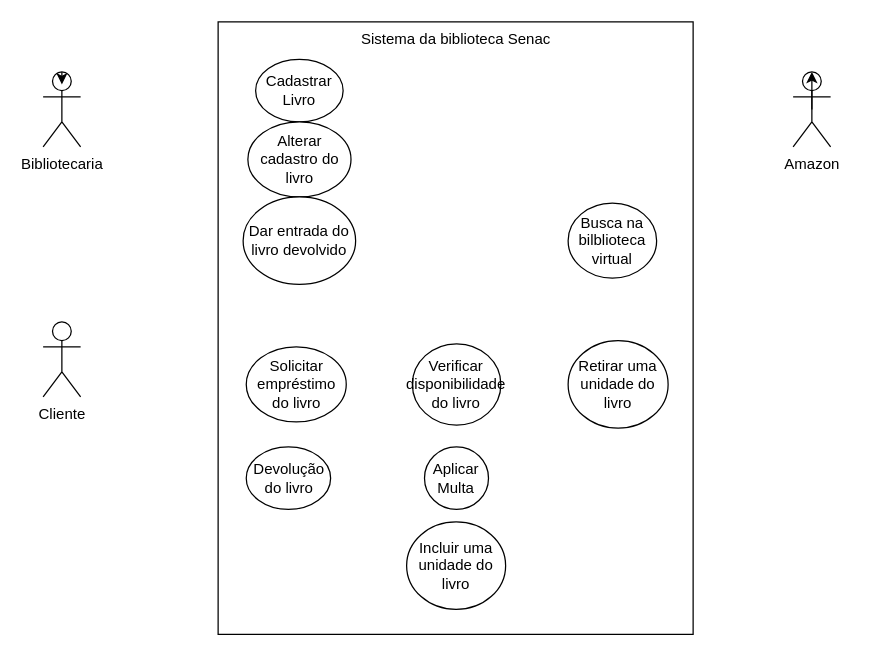
Earlier version of the draw.io diagram Diagrama de caso de uso biblioteca senac.drawio (GuilhermePeritto/PobrezaZero). Source tidied: cells renumbered, new cells numbered last; positions are measured from the earlier drawing's top-left corner, leaving out a move shared by most shapes. Both pictures are drawn from the tidied source at 125%, with x=0, y=0 at pixel (42, 21).
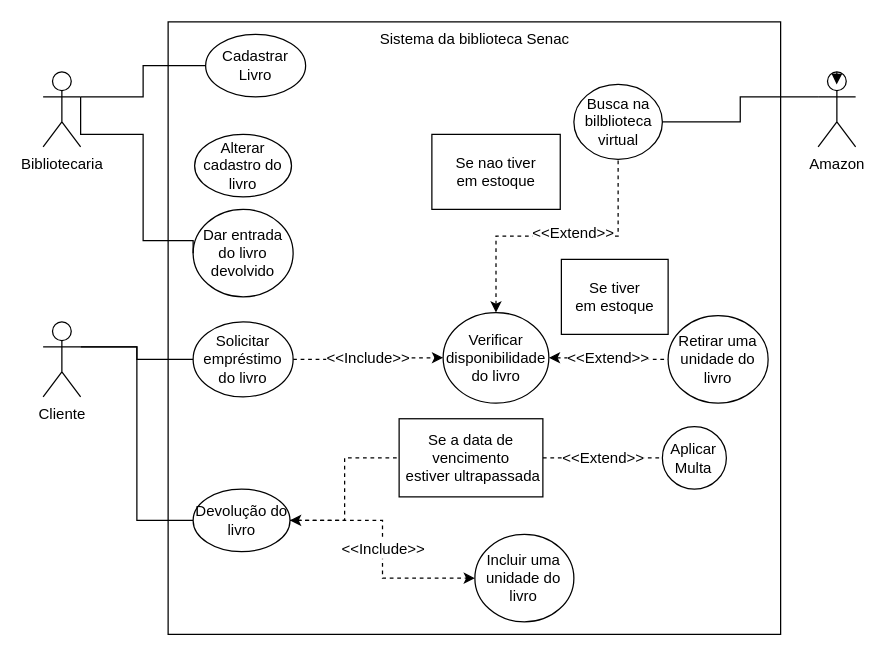
The same page after the edit.

Unchanged cells that the change refers to:
```xml
<mxCell id="3" value="Cliente" style="shape=umlActor;verticalLabelPosition=bottom;verticalAlign=top;html=1;outlineConnect=0;strokeColor=default;fontFamily=Helvetica;fontSize=12;fontColor=default;fillColor=default;" parent="1" vertex="1">
  <mxGeometry y="240" width="30" height="60" as="geometry" />
</mxCell>
```

The edit, as a diff of the source:
```diff
@@
-    <mxCell id="2" value="Bibliotecaria&lt;br&gt;" style="shape=umlActor;verticalLabelPosition=bottom;verticalAlign=top;html=1;outlineConnect=0;strokeColor=default;fontFamily=Helvetica;fontSize=12;fontColor=default;fillColor=default;" parent="1" vertex="1">
-      <mxGeometry y="40" width="30" height="60" as="geometry" />
-    </mxCell>
+    <mxCell id="7" value="Sistema da biblioteca Senac" style="html=1;strokeColor=default;fontFamily=Helvetica;fontSize=12;fontColor=default;fillColor=default;verticalAlign=top;" parent="1" vertex="1">
+      <mxGeometry x="100" width="490" height="490" as="geometry" />
+    </mxCell>
+    <mxCell id="18" style="edgeStyle=orthogonalEdgeStyle;rounded=0;jettySize=auto;html=1;exitX=1;exitY=0.3333333333333333;exitDx=0;exitDy=0;exitPerimeter=0;fontFamily=Helvetica;fontSize=12;fontColor=default;endArrow=none;endFill=0;" parent="1" edge="1" source="3" target="9">
+      <mxGeometry relative="1" as="geometry" />
+    </mxCell>
+    <mxCell id="19" style="edgeStyle=orthogonalEdgeStyle;rounded=0;jettySize=auto;html=1;exitX=1;exitY=0.3333333333333333;exitDx=0;exitDy=0;exitPerimeter=0;entryX=0;entryY=0.5;entryDx=0;entryDy=0;fontFamily=Helvetica;fontSize=12;fontColor=default;endArrow=none;endFill=0;" parent="1" edge="1" source="3" target="11">
+      <mxGeometry relative="1" as="geometry" />
+    </mxCell>
@@
+    <mxCell id="20" style="edgeStyle=orthogonalEdgeStyle;rounded=0;jettySize=auto;html=1;exitX=0;exitY=0.3333333333333333;exitDx=0;exitDy=0;exitPerimeter=0;fontFamily=Helvetica;fontSize=12;fontColor=default;startArrow=none;startFill=0;endArrow=none;endFill=0;" parent="1" edge="1" source="4" target="16">
+      <mxGeometry relative="1" as="geometry" />
+    </mxCell>
     <mxCell id="4" value="Amazon" style="shape=umlActor;verticalLabelPosition=bottom;verticalAlign=top;html=1;outlineConnect=0;strokeColor=default;fontFamily=Helvetica;fontSize=12;fontColor=default;fillColor=default;" parent="1" vertex="1">
-      <mxGeometry x="600" y="40" width="30" height="60" as="geometry" />
+      <mxGeometry x="620" y="40" width="30" height="60" as="geometry" />
     </mxCell>
-    <mxCell id="5" style="edgeStyle=orthogonalEdgeStyle;rounded=0;orthogonalLoop=1;jettySize=auto;html=1;exitX=0.5;exitY=0.5;exitDx=0;exitDy=0;exitPerimeter=0;fontFamily=Helvetica;fontSize=12;fontColor=default;entryX=0.5;entryY=0;entryDx=0;entryDy=0;entryPerimeter=0;" parent="1" edge="1" source="4" target="4">
-      <mxGeometry relative="1" as="geometry" />
-    </mxCell>
@@
-    <mxCell id="7" value="Sistema da biblioteca Senac" style="html=1;strokeColor=default;fontFamily=Helvetica;fontSize=12;fontColor=default;fillColor=default;verticalAlign=top;" parent="1" vertex="1">
-      <mxGeometry x="140" width="380" height="490" as="geometry" />
-    </mxCell>
     <mxCell id="8" value="Cadastrar Livro" style="ellipse;whiteSpace=wrap;html=1;strokeColor=default;fontFamily=Helvetica;fontSize=12;fontColor=default;fillColor=default;" parent="1" vertex="1">
-      <mxGeometry x="170" y="30" width="70" height="50" as="geometry" />
+      <mxGeometry x="130" y="10" width="80" height="50" as="geometry" />
     </mxCell>
+    <mxCell id="21" value="&amp;lt;&amp;lt;Include&amp;gt;&amp;gt;" style="edgeStyle=orthogonalEdgeStyle;rounded=0;jettySize=auto;html=1;exitX=1;exitY=0.5;exitDx=0;exitDy=0;entryX=0;entryY=0.5;entryDx=0;entryDy=0;fontFamily=Helvetica;fontSize=12;fontColor=default;endArrow=classic;endFill=1;dashed=1;" parent="1" edge="1" source="9" target="14">
+      <mxGeometry relative="1" as="geometry" />
+    </mxCell>
     <mxCell id="9" value="Solicitar empréstimo do livro" style="ellipse;whiteSpace=wrap;html=1;strokeColor=default;fontFamily=Helvetica;fontSize=12;fontColor=default;fillColor=default;" parent="1" vertex="1">
-      <mxGeometry x="162.5" y="260" width="80" height="60" as="geometry" />
+      <mxGeometry x="120" y="240" width="80" height="60" as="geometry" />
     </mxCell>
     <mxCell id="10" value="Alterar cadastro do livro" style="ellipse;whiteSpace=wrap;html=1;strokeColor=default;fontFamily=Helvetica;fontSize=12;fontColor=default;fillColor=default;" parent="1" vertex="1">
-      <mxGeometry x="163.8" y="80" width="82.5" height="60" as="geometry" />
+      <mxGeometry x="121.2" y="90" width="77.5" height="50" as="geometry" />
     </mxCell>
+    <mxCell id="22" value="&amp;lt;&amp;lt;Include&amp;gt;&amp;gt;" style="edgeStyle=orthogonalEdgeStyle;rounded=0;jettySize=auto;html=1;exitX=1;exitY=0.5;exitDx=0;exitDy=0;entryX=0;entryY=0.5;entryDx=0;entryDy=0;fontFamily=Helvetica;fontSize=12;fontColor=default;endArrow=classic;endFill=1;dashed=1;" parent="1" edge="1" source="11" target="17">
+      <mxGeometry relative="1" as="geometry" />
+    </mxCell>
+    <mxCell id="23" value="&amp;lt;&amp;lt;Extend&amp;gt;&amp;gt;" style="edgeStyle=orthogonalEdgeStyle;rounded=0;jettySize=auto;html=1;exitX=1;exitY=0.5;exitDx=0;exitDy=0;entryX=0;entryY=0.5;entryDx=0;entryDy=0;fontFamily=Helvetica;fontSize=12;fontColor=default;endArrow=none;endFill=0;startArrow=none;startFill=1;dashed=1;" parent="1" edge="1" source="30" target="13">
+      <mxGeometry relative="1" as="geometry" />
+    </mxCell>
     <mxCell id="11" value="Devolução do livro" style="ellipse;whiteSpace=wrap;html=1;strokeColor=default;fontFamily=Helvetica;fontSize=12;fontColor=default;fillColor=default;" parent="1" vertex="1">
-      <mxGeometry x="162.5" y="340" width="67.5" height="50" as="geometry" />
+      <mxGeometry x="120" y="373.8" width="77.5" height="50" as="geometry" />
     </mxCell>
     <mxCell id="12" value="Dar entrada do livro devolvido" style="ellipse;whiteSpace=wrap;html=1;strokeColor=default;fontFamily=Helvetica;fontSize=12;fontColor=default;fillColor=default;" parent="1" vertex="1">
-      <mxGeometry x="160" y="140" width="90" height="70" as="geometry" />
+      <mxGeometry x="120" y="150" width="80" height="70" as="geometry" />
     </mxCell>
     <mxCell id="13" value="Aplicar Multa" style="ellipse;whiteSpace=wrap;html=1;strokeColor=default;fontFamily=Helvetica;fontSize=12;fontColor=default;fillColor=default;" parent="1" vertex="1">
-      <mxGeometry x="305.1" y="340" width="51.2" height="50" as="geometry" />
+      <mxGeometry x="495.4" y="323.8" width="51.2" height="50" as="geometry" />
     </mxCell>
+    <mxCell id="24" value="&amp;lt;&amp;lt;Extend&amp;gt;&amp;gt;" style="edgeStyle=orthogonalEdgeStyle;rounded=0;jettySize=auto;html=1;exitX=1;exitY=0.5;exitDx=0;exitDy=0;entryX=0;entryY=0.5;entryDx=0;entryDy=0;fontFamily=Helvetica;fontSize=12;fontColor=default;endArrow=none;endFill=0;dashed=1;startArrow=classic;startFill=1;" parent="1" edge="1" source="14" target="15">
+      <mxGeometry relative="1" as="geometry" />
+    </mxCell>
+    <mxCell id="25" style="edgeStyle=orthogonalEdgeStyle;rounded=0;jettySize=auto;html=1;exitX=0.5;exitY=0;exitDx=0;exitDy=0;entryX=0.5;entryY=1;entryDx=0;entryDy=0;dashed=1;fontFamily=Helvetica;fontSize=12;fontColor=default;startArrow=classic;startFill=1;endArrow=none;endFill=0;" parent="1" edge="1" source="14" target="16">
+      <mxGeometry relative="1" as="geometry" />
+    </mxCell>
+    <mxCell id="26" value="&amp;lt;&amp;lt;Extend&amp;gt;&amp;gt;" style="edgeLabel;html=1;align=center;verticalAlign=middle;fontSize=12;fontFamily=Helvetica;fontColor=default;" parent="25" vertex="1">
+      <mxGeometry x="0.11" y="3" relative="1" as="geometry" />
+    </mxCell>
     <mxCell id="14" value="Verificar disponibilidade do livro" style="ellipse;whiteSpace=wrap;html=1;strokeColor=default;fontFamily=Helvetica;fontSize=12;fontColor=default;fillColor=default;" parent="1" vertex="1">
-      <mxGeometry x="295.4" y="257.5" width="70.8" height="65" as="geometry" />
+      <mxGeometry x="320" y="232.5" width="84.6" height="72.5" as="geometry" />
     </mxCell>
     <mxCell id="15" value="Retirar uma unidade do livro" style="ellipse;whiteSpace=wrap;html=1;strokeColor=default;fontFamily=Helvetica;fontSize=12;fontColor=default;fillColor=default;" parent="1" vertex="1">
-      <mxGeometry x="420" y="255" width="80" height="70" as="geometry" />
+      <mxGeometry x="500" y="235" width="80" height="70" as="geometry" />
     </mxCell>
     <mxCell id="16" value="Busca na bilblioteca virtual" style="ellipse;whiteSpace=wrap;html=1;strokeColor=default;fontFamily=Helvetica;fontSize=12;fontColor=default;fillColor=default;" parent="1" vertex="1">
-      <mxGeometry x="420" y="145" width="70.8" height="60" as="geometry" />
+      <mxGeometry x="424.6" y="50" width="70.8" height="60" as="geometry" />
     </mxCell>
     <mxCell id="17" value="Incluir uma unidade do livro" style="ellipse;whiteSpace=wrap;html=1;strokeColor=default;fontFamily=Helvetica;fontSize=12;fontColor=default;fillColor=default;" parent="1" vertex="1">
-      <mxGeometry x="290.8" y="400" width="79.2" height="70" as="geometry" />
+      <mxGeometry x="345.4" y="410" width="79.2" height="70" as="geometry" />
     </mxCell>
+    <mxCell id="27" style="edgeStyle=orthogonalEdgeStyle;rounded=0;jettySize=auto;html=1;exitX=1;exitY=0.3333333333333333;exitDx=0;exitDy=0;exitPerimeter=0;entryX=0;entryY=0.5;entryDx=0;entryDy=0;fontFamily=Helvetica;fontSize=12;fontColor=default;endArrow=none;endFill=0;" parent="1" edge="1" source="2" target="12">
+      <mxGeometry relative="1" as="geometry">
+        <Array as="points">
+          <mxPoint x="30" y="90" />
+          <mxPoint x="80" y="90" />
+          <mxPoint x="80" y="175" />
+          <mxPoint x="120" y="175" />
+        </Array>
+      </mxGeometry>
+    </mxCell>
+    <mxCell id="28" style="edgeStyle=orthogonalEdgeStyle;rounded=0;jettySize=auto;html=1;exitX=1;exitY=0.3333333333333333;exitDx=0;exitDy=0;exitPerimeter=0;entryX=0;entryY=0.5;entryDx=0;entryDy=0;fontFamily=Helvetica;fontSize=12;fontColor=default;startArrow=none;startFill=0;endArrow=none;endFill=0;" parent="1" edge="1" source="2" target="8">
+      <mxGeometry relative="1" as="geometry" />
+    </mxCell>
+    <mxCell id="2" value="Bibliotecaria&lt;br&gt;" style="shape=umlActor;verticalLabelPosition=bottom;verticalAlign=top;html=1;outlineConnect=0;strokeColor=default;fontFamily=Helvetica;fontSize=12;fontColor=default;fillColor=default;" parent="1" vertex="1">
+      <mxGeometry y="40" width="30" height="60" as="geometry" />
+    </mxCell>
+    <mxCell id="29" style="edgeStyle=orthogonalEdgeStyle;rounded=0;jettySize=auto;html=1;exitX=1;exitY=0.5;exitDx=0;exitDy=0;entryX=0;entryY=0.5;entryDx=0;entryDy=0;fontFamily=Helvetica;fontSize=12;fontColor=default;endArrow=none;endFill=0;startArrow=classic;startFill=1;dashed=1;" parent="1" edge="1" source="11" target="30">
+      <mxGeometry relative="1" as="geometry" />
+    </mxCell>
+    <mxCell id="30" value="Se a data de &lt;br&gt;vencimento&lt;br&gt;&amp;nbsp;estiver ultrapassada" style="html=1;strokeColor=default;fontFamily=Helvetica;fontSize=12;fontColor=default;fillColor=default;" parent="1" vertex="1">
+      <mxGeometry x="284.8" y="317.5" width="115" height="62.5" as="geometry" />
+    </mxCell>
+    <mxCell id="31" value="Se nao tiver &lt;br&gt;em estoque" style="html=1;strokeColor=default;fontFamily=Helvetica;fontSize=12;fontColor=default;fillColor=default;" parent="1" vertex="1">
+      <mxGeometry x="311" y="90" width="102.7" height="60" as="geometry" />
+    </mxCell>
+    <mxCell id="5" style="edgeStyle=orthogonalEdgeStyle;rounded=0;orthogonalLoop=1;jettySize=auto;html=1;exitX=0.5;exitY=0;exitDx=0;exitDy=0;exitPerimeter=0;entryX=0.494;entryY=0.167;entryDx=0;entryDy=0;entryPerimeter=0;fontFamily=Helvetica;fontSize=12;fontColor=default;startArrow=none;startFill=0;endArrow=block;endFill=1;" parent="1" edge="1" source="4" target="4">
+      <mxGeometry relative="1" as="geometry" />
+    </mxCell>
+    <mxCell id="32" value="Se tiver &lt;br&gt;em estoque" style="html=1;strokeColor=default;fontFamily=Helvetica;fontSize=12;fontColor=default;fillColor=default;" parent="1" vertex="1">
+      <mxGeometry x="414.6" y="190" width="85.4" height="60" as="geometry" />
+    </mxCell>
```
